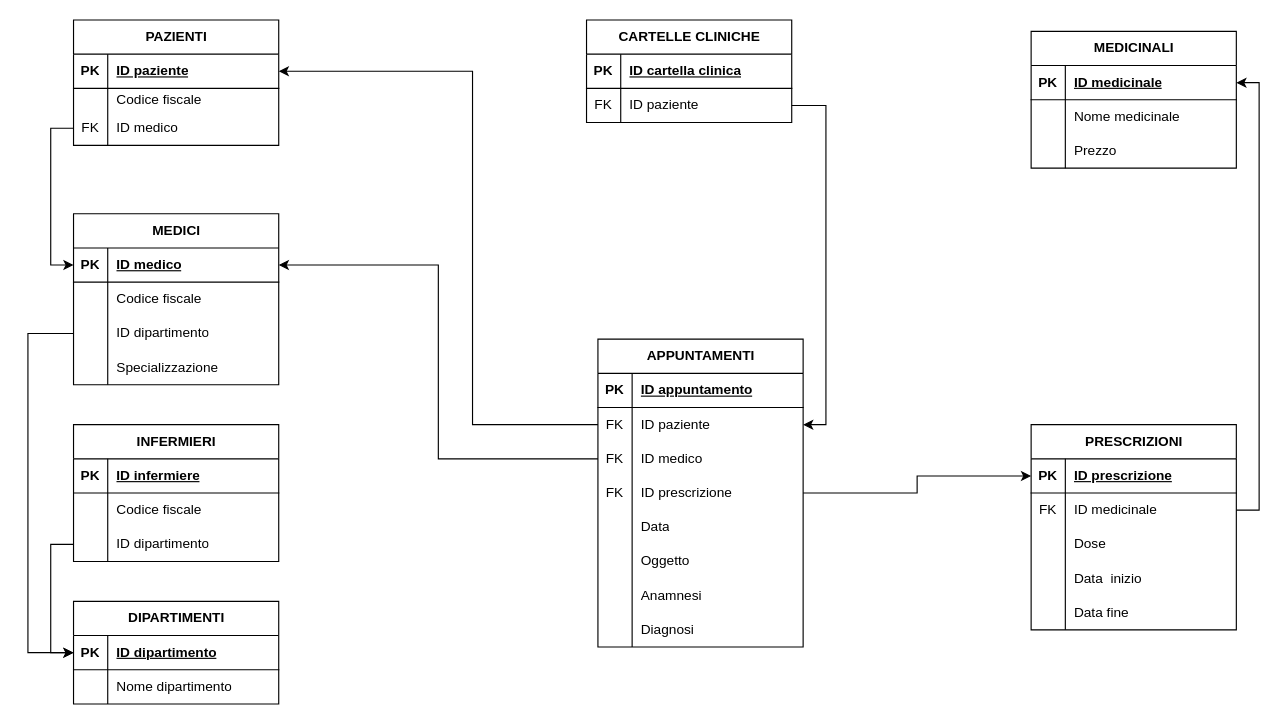
Earlier version of the draw.io diagram 20240131 esercizio 1 ospedale.drawio (Sferrara93/SQL). Source tidied: cells renumbered, new cells numbered last; positions are measured from the earlier drawing's top-left corner, leaving out a move shared by most shapes. Both pictures are drawn from the tidied source at 114%, with x=0, y=0 at pixel (27, 19).
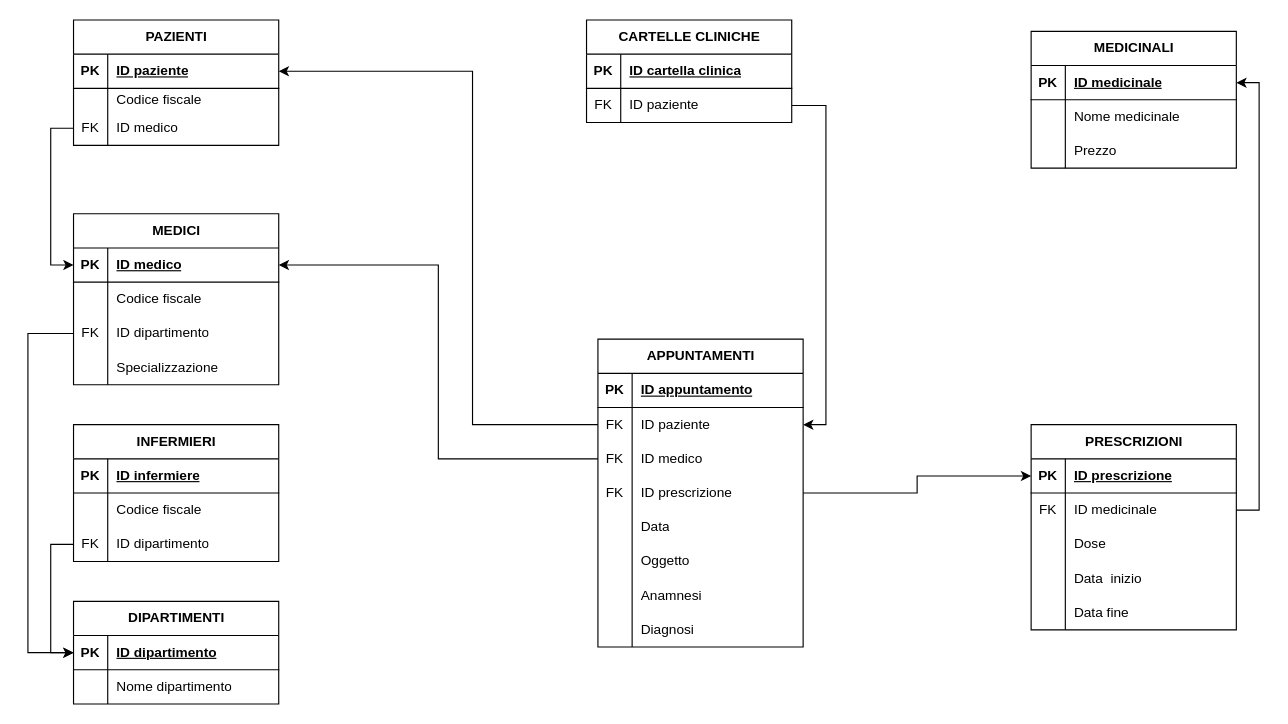
After the change.

The change refers to these unchanged cells:
```xml
<mxCell id="19" style="shape=tableRow;horizontal=0;startSize=0;swimlaneHead=0;swimlaneBody=0;fillColor=none;points=[[0,0.5],[1,0.5]];portConstraint=eastwest;top=0;left=0;right=0;bottom=0;" parent="12" vertex="1">
  <mxGeometry y="90" width="180" height="30" as="geometry" />
</mxCell>
<mxCell id="32" style="shape=tableRow;horizontal=0;startSize=0;swimlaneHead=0;swimlaneBody=0;fillColor=none;points=[[0,0.5],[1,0.5]];portConstraint=eastwest;top=0;left=0;right=0;bottom=0;" parent="25" vertex="1">
  <mxGeometry y="90" width="180" height="30" as="geometry" />
</mxCell>
```

Change to the diagram source:
```diff
@@
-    <mxCell id="20" style="shape=partialRectangle;fillColor=none;top=0;left=0;bottom=0;right=0;overflow=hidden;whiteSpace=wrap;html=1;" parent="19" vertex="1">
+    <mxCell id="20" value="FK" style="shape=partialRectangle;fillColor=none;top=0;left=0;bottom=0;right=0;overflow=hidden;whiteSpace=wrap;html=1;" parent="19" vertex="1">
       <mxGeometry width="30" height="30" as="geometry" />
     </mxCell>
@@
-    <mxCell id="33" style="shape=partialRectangle;fillColor=none;top=0;left=0;bottom=0;right=0;overflow=hidden;whiteSpace=wrap;html=1;" parent="32" vertex="1">
+    <mxCell id="33" value="FK" style="shape=partialRectangle;fillColor=none;top=0;left=0;bottom=0;right=0;overflow=hidden;whiteSpace=wrap;html=1;" parent="32" vertex="1">
       <mxGeometry width="30" height="30" as="geometry" />
     </mxCell>
```
